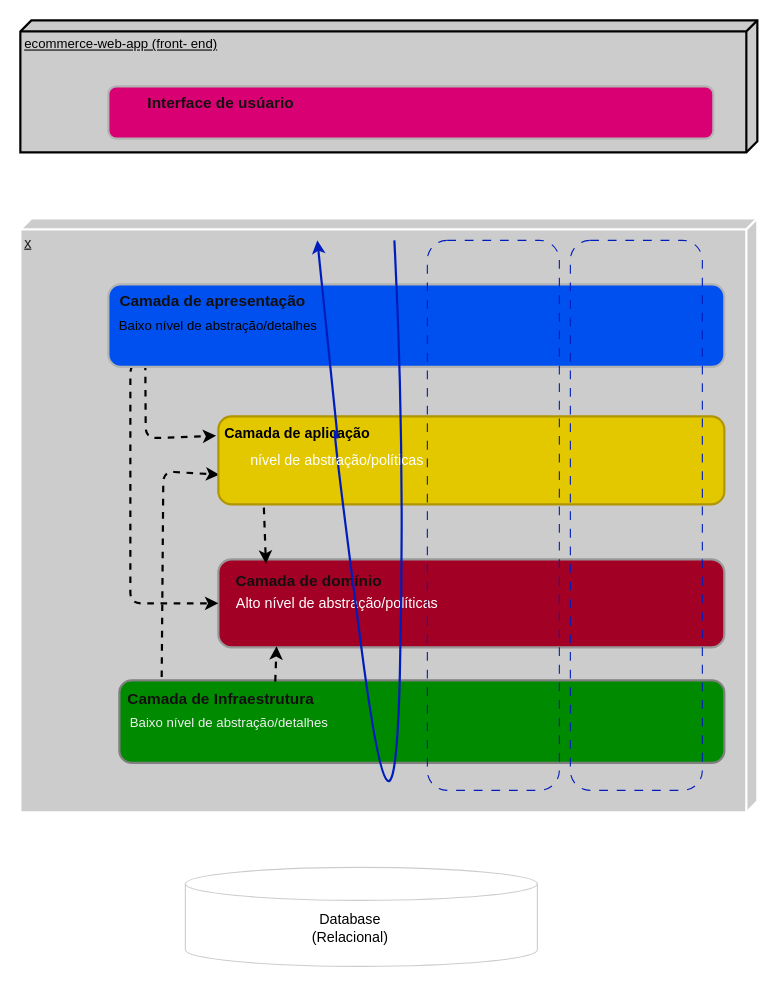
Earlier version of the draw.io diagram page "Arquitetura em Camadas" (1 of 2) of requirements/ecommerce-arquitetura.drawio (esteroliveira33/ecommerce-node-api). Source tidied: cells renumbered, new cells numbered last; positions are measured from the earlier drawing's top-left corner, leaving out a move shared by most shapes. Both pictures are drawn from the tidied source at 110%, with x=0, y=0 at pixel (20, 20).
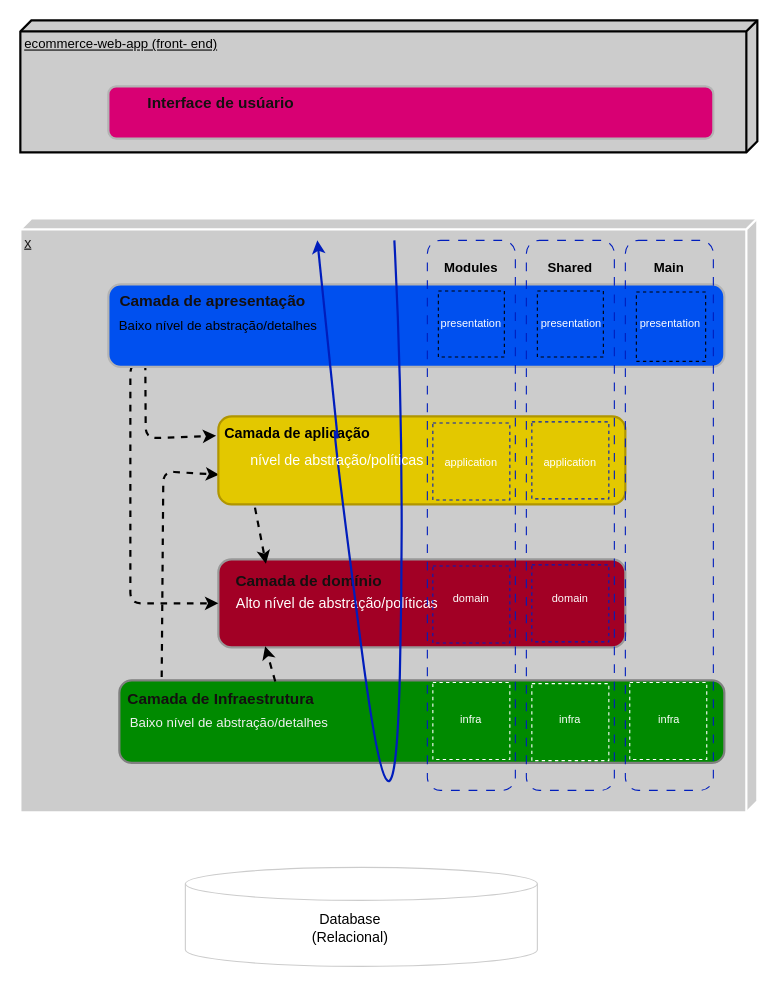
Above is the later version.

Diff of the diagram source:
```diff
@@
     <mxCell id="4" style="rounded=1;whiteSpace=wrap;html=1;strokeWidth=2;fillColor=#a20025;fontColor=#ffffff;strokeColor=#999999;points=[[0,0,0,0,0],[0,0.25,0,0,0],[0,0.5,0,0,0],[0,0.75,0,0,0],[0,1,0,0,0],[0.07,0,0,0,0],[0.25,1,0,0,0],[0.5,0,0,0,0],[0.5,1,0,0,0],[0.75,0,0,0,0],[0.75,1,0,0,0],[1,0,0,0,0],[1,0.25,0,0,0],[1,0.5,0,0,0],[1,0.75,0,0,0],[1,1,0,0,0]];" parent="1" vertex="1">
-      <mxGeometry x="180" y="490" width="460" height="80" as="geometry" />
+      <mxGeometry x="180" y="490" width="370" height="80" as="geometry" />
     </mxCell>
@@
     <mxCell id="19" style="rounded=1;whiteSpace=wrap;html=1;strokeWidth=2;fillColor=#e3c800;fontColor=#000000;strokeColor=#B09500;points=[[0,0,0,0,0],[0,0.25,0,0,0],[0,0.5,0,0,0],[0,0.75,0,0,0],[0,1,0,0,0],[0.09,1,0,0,3],[0.25,0,0,0,0],[0.5,0,0,0,0],[0.5,1,0,0,0],[0.75,0,0,0,0],[0.75,1,0,0,0],[1,0,0,0,0],[1,0.25,0,0,0],[1,0.5,0,0,0],[1,0.75,0,0,0],[1,1,0,0,0]];" parent="1" vertex="1">
-      <mxGeometry x="180" y="360" width="460" height="80" as="geometry" />
+      <mxGeometry x="180" y="360" width="370" height="80" as="geometry" />
     </mxCell>
@@
     <mxCell id="30" style="rounded=1;whiteSpace=wrap;html=1;fillColor=none;fontColor=#ffffff;strokeColor=#001DBC;dashed=1;dashPattern=8 8;" parent="1" vertex="1">
-      <mxGeometry x="370" y="200" width="120" height="500" as="geometry" />
+      <mxGeometry x="370" y="200" width="80" height="500" as="geometry" />
     </mxCell>
     <mxCell id="31" style="rounded=1;whiteSpace=wrap;html=1;fillColor=none;fontColor=#ffffff;strokeColor=#001DBC;dashed=1;dashPattern=8 8;" parent="1" vertex="1">
-      <mxGeometry x="500" y="200" width="120" height="500" as="geometry" />
+      <mxGeometry x="460" y="200" width="80" height="500" as="geometry" />
     </mxCell>
+    <mxCell id="32" style="rounded=1;whiteSpace=wrap;html=1;fillColor=none;fontColor=#ffffff;strokeColor=#001DBC;dashed=1;dashPattern=8 8;" parent="1" vertex="1">
+      <mxGeometry x="550" y="200" width="80" height="500" as="geometry" />
+    </mxCell>
+    <mxCell id="33" value="&lt;font color=&quot;#000000&quot;&gt;&lt;b&gt;Modules&lt;/b&gt;&lt;/font&gt;" style="text;html=1;strokeColor=none;fillColor=none;align=center;verticalAlign=middle;whiteSpace=wrap;rounded=0;labelBackgroundColor=none;fontColor=#956a6a;" parent="1" vertex="1">
+      <mxGeometry x="380" y="210" width="60" height="30" as="geometry" />
+    </mxCell>
+    <mxCell id="34" value="&lt;b&gt;Shared&lt;/b&gt;" style="text;html=1;strokeColor=none;fillColor=none;align=center;verticalAlign=middle;whiteSpace=wrap;rounded=0;labelBackgroundColor=none;fontColor=#000000;" parent="1" vertex="1">
+      <mxGeometry x="470" y="210" width="60" height="30" as="geometry" />
+    </mxCell>
+    <mxCell id="35" value="&lt;b&gt;Main&lt;/b&gt;" style="text;html=1;strokeColor=none;fillColor=none;align=center;verticalAlign=middle;whiteSpace=wrap;rounded=0;labelBackgroundColor=none;fontColor=#000000;" parent="1" vertex="1">
+      <mxGeometry x="560" y="210" width="60" height="30" as="geometry" />
+    </mxCell>
+    <mxCell id="36" style="whiteSpace=wrap;html=1;labelBackgroundColor=none;fontColor=#000000;fillColor=none;dashed=1;" parent="1" vertex="1">
+      <mxGeometry x="380" y="246" width="60" height="60" as="geometry" />
+    </mxCell>
+    <mxCell id="37" style="whiteSpace=wrap;html=1;labelBackgroundColor=none;fontColor=#000000;fillColor=none;dashed=1;" parent="1" vertex="1">
+      <mxGeometry x="470" y="246" width="60" height="60" as="geometry" />
+    </mxCell>
+    <mxCell id="38" style="whiteSpace=wrap;html=1;labelBackgroundColor=none;fontColor=#000000;dashed=1;strokeColor=default;fillColor=none;glass=0;shadow=0;strokeWidth=1;" parent="1" vertex="1">
+      <mxGeometry x="560" y="247" width="63" height="63" as="geometry" />
+    </mxCell>
+    <mxCell id="39" value="&lt;p style=&quot;line-height: 70%;&quot;&gt;&lt;font style=&quot;font-size: 10px;&quot; color=&quot;#ffffff&quot;&gt;presentation&lt;/font&gt;&lt;/p&gt;" style="text;html=1;strokeColor=none;fillColor=none;align=center;verticalAlign=middle;whiteSpace=wrap;rounded=0;shadow=0;glass=0;dashed=1;labelBackgroundColor=none;sketch=0;fontColor=none;" parent="1" vertex="1">
+      <mxGeometry x="385" y="260" width="50" height="30" as="geometry" />
+    </mxCell>
+    <mxCell id="40" value="&lt;p style=&quot;line-height: 70%;&quot;&gt;&lt;font style=&quot;font-size: 10px;&quot; color=&quot;#ffffff&quot;&gt;presentation&lt;/font&gt;&lt;/p&gt;" style="text;html=1;strokeColor=none;fillColor=none;align=center;verticalAlign=middle;whiteSpace=wrap;rounded=0;shadow=0;glass=0;dashed=1;labelBackgroundColor=none;sketch=0;fontColor=none;" parent="1" vertex="1">
+      <mxGeometry x="476" y="260" width="50" height="30" as="geometry" />
+    </mxCell>
+    <mxCell id="41" value="&lt;p style=&quot;line-height: 70%;&quot;&gt;&lt;font style=&quot;font-size: 10px;&quot; color=&quot;#ffffff&quot;&gt;presentation&lt;/font&gt;&lt;/p&gt;" style="text;html=1;strokeColor=none;fillColor=none;align=center;verticalAlign=middle;whiteSpace=wrap;rounded=0;shadow=0;glass=0;dashed=1;labelBackgroundColor=none;sketch=0;fontColor=none;" parent="1" vertex="1">
+      <mxGeometry x="566" y="260" width="50" height="30" as="geometry" />
+    </mxCell>
+    <mxCell id="42" style="whiteSpace=wrap;html=1;rounded=0;shadow=0;glass=0;dashed=1;labelBackgroundColor=none;sketch=0;strokeColor=#001DBC;strokeWidth=1;fontSize=10;fontColor=#ffffff;fillColor=none;" parent="1" vertex="1">
+      <mxGeometry x="375" y="366" width="70" height="70" as="geometry" />
+    </mxCell>
+    <mxCell id="43" style="whiteSpace=wrap;html=1;rounded=0;shadow=0;glass=0;dashed=1;labelBackgroundColor=none;sketch=0;strokeColor=#001DBC;strokeWidth=1;fontSize=10;fontColor=#ffffff;fillColor=none;" parent="1" vertex="1">
+      <mxGeometry x="465" y="365" width="70" height="70" as="geometry" />
+    </mxCell>
+    <mxCell id="44" style="whiteSpace=wrap;html=1;rounded=0;shadow=0;glass=0;dashed=1;labelBackgroundColor=none;sketch=0;strokeColor=#001DBC;strokeWidth=1;fontSize=10;fontColor=#ffffff;fillColor=none;" parent="1" vertex="1">
+      <mxGeometry x="375" y="496" width="70" height="70" as="geometry" />
+    </mxCell>
+    <mxCell id="45" style="whiteSpace=wrap;html=1;rounded=0;shadow=0;glass=0;dashed=1;labelBackgroundColor=none;sketch=0;strokeColor=#001DBC;strokeWidth=1;fontSize=10;fontColor=#ffffff;fillColor=none;" parent="1" vertex="1">
+      <mxGeometry x="465" y="495" width="70" height="70" as="geometry" />
+    </mxCell>
+    <mxCell id="46" value="domain" style="text;html=1;strokeColor=none;fillColor=none;align=center;verticalAlign=middle;whiteSpace=wrap;rounded=0;shadow=0;glass=0;dashed=1;labelBackgroundColor=none;sketch=0;strokeWidth=1;fontSize=10;fontColor=#FFFFFF;" parent="1" vertex="1">
+      <mxGeometry x="380" y="510" width="60" height="30" as="geometry" />
+    </mxCell>
+    <mxCell id="47" value="domain" style="text;html=1;strokeColor=none;fillColor=none;align=center;verticalAlign=middle;whiteSpace=wrap;rounded=0;shadow=0;glass=0;dashed=1;labelBackgroundColor=none;sketch=0;strokeWidth=1;fontSize=10;fontColor=#FFFFFF;" parent="1" vertex="1">
+      <mxGeometry x="470" y="510" width="60" height="30" as="geometry" />
+    </mxCell>
+    <mxCell id="48" value="application" style="text;html=1;strokeColor=none;fillColor=none;align=center;verticalAlign=middle;whiteSpace=wrap;rounded=0;shadow=0;glass=0;dashed=1;labelBackgroundColor=none;sketch=0;strokeWidth=1;fontSize=10;fontColor=#FFFFFF;" parent="1" vertex="1">
+      <mxGeometry x="380" y="387" width="60" height="30" as="geometry" />
+    </mxCell>
+    <mxCell id="49" value="application" style="text;html=1;strokeColor=none;fillColor=none;align=center;verticalAlign=middle;whiteSpace=wrap;rounded=0;shadow=0;glass=0;dashed=1;labelBackgroundColor=none;sketch=0;strokeWidth=1;fontSize=10;fontColor=#FFFFFF;" parent="1" vertex="1">
+      <mxGeometry x="470" y="387" width="60" height="30" as="geometry" />
+    </mxCell>
+    <mxCell id="50" style="whiteSpace=wrap;html=1;rounded=0;shadow=0;glass=0;dashed=1;labelBackgroundColor=none;sketch=0;strokeColor=#FFFFFF;strokeWidth=1;fontSize=10;fontColor=#ffffff;fillColor=none;" parent="1" vertex="1">
+      <mxGeometry x="375" y="602" width="70" height="70" as="geometry" />
+    </mxCell>
+    <mxCell id="51" style="whiteSpace=wrap;html=1;rounded=0;shadow=0;glass=0;dashed=1;labelBackgroundColor=none;sketch=0;strokeColor=#FFFFFF;strokeWidth=1;fontSize=10;fontColor=#ffffff;fillColor=none;" parent="1" vertex="1">
+      <mxGeometry x="465" y="603" width="70" height="70" as="geometry" />
+    </mxCell>
+    <mxCell id="52" style="whiteSpace=wrap;html=1;rounded=0;shadow=0;glass=0;dashed=1;labelBackgroundColor=none;sketch=0;strokeColor=#FFFFFF;strokeWidth=1;fontSize=10;fontColor=#ffffff;fillColor=none;" parent="1" vertex="1">
+      <mxGeometry x="554" y="602" width="70" height="70" as="geometry" />
+    </mxCell>
+    <mxCell id="53" value="infra" style="text;html=1;strokeColor=none;fillColor=none;align=center;verticalAlign=middle;whiteSpace=wrap;rounded=0;shadow=0;glass=0;dashed=1;labelBackgroundColor=none;sketch=0;strokeWidth=1;fontSize=10;fontColor=#FFFFFF;" parent="1" vertex="1">
+      <mxGeometry x="380" y="620" width="60" height="30" as="geometry" />
+    </mxCell>
+    <mxCell id="54" value="infra" style="text;html=1;strokeColor=none;fillColor=none;align=center;verticalAlign=middle;whiteSpace=wrap;rounded=0;shadow=0;glass=0;dashed=1;labelBackgroundColor=none;sketch=0;strokeWidth=1;fontSize=10;fontColor=#FFFFFF;" parent="1" vertex="1">
+      <mxGeometry x="470" y="620" width="60" height="30" as="geometry" />
+    </mxCell>
+    <mxCell id="55" value="infra" style="text;html=1;strokeColor=none;fillColor=none;align=center;verticalAlign=middle;whiteSpace=wrap;rounded=0;shadow=0;glass=0;dashed=1;labelBackgroundColor=none;sketch=0;strokeWidth=1;fontSize=10;fontColor=#FFFFFF;" parent="1" vertex="1">
+      <mxGeometry x="560" y="620" width="60" height="30" as="geometry" />
+    </mxCell>
```
